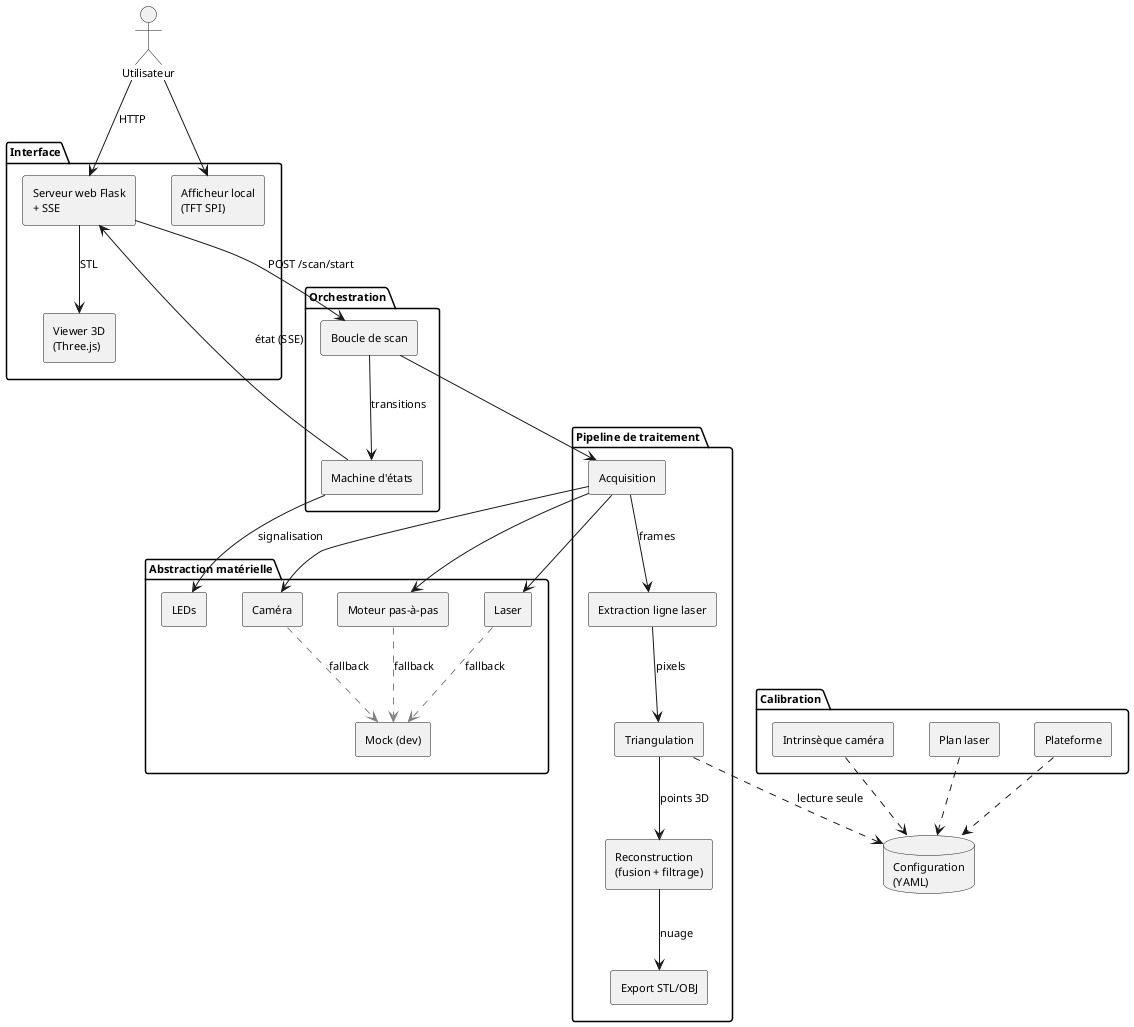
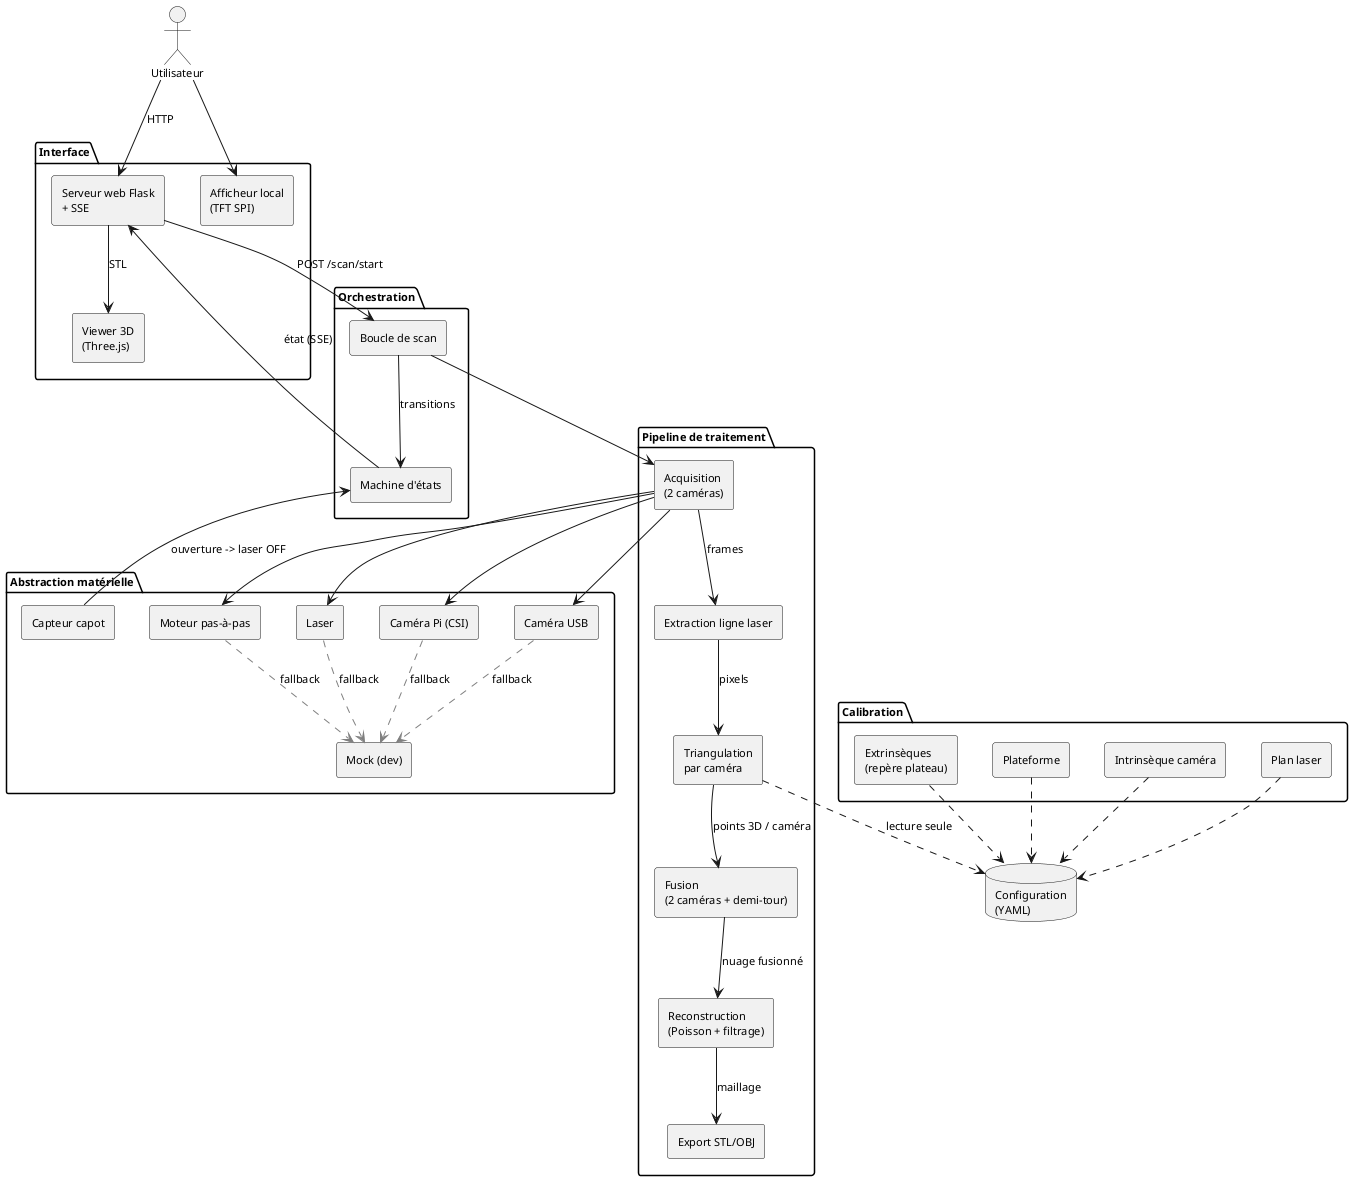
@startuml architecture_composants
' Diagramme de composants — architecture logicielle du Scanner 3D
' Rendu : plantuml -tpdf architecture_composants.puml

skinparam componentStyle rectangle
skinparam shadowing false
skinparam defaultFontName Latin Modern Roman
skinparam defaultFontSize 11


actor "Utilisateur" as user

package "Interface" {
  [Serveur web Flask\n+ SSE] as web
  [Viewer 3D\n(Three.js)] as viewer
  [Afficheur local\n(TFT SPI)] as display
}

package "Orchestration" {
  [Machine d'états] as fsm
  [Boucle de scan] as scan
}

package "Pipeline de traitement" {
-   [Acquisition] as acq
+   [Acquisition\n(2 caméras)] as acq
  [Extraction ligne laser] as line
-   [Triangulation] as tri
-   [Reconstruction\n(fusion + filtrage)] as recon
+   [Triangulation\npar caméra] as tri
+   [Fusion\n(2 caméras + demi-tour)] as fuse
+   [Reconstruction\n(Poisson + filtrage)] as recon
  [Export STL/OBJ] as export
}

package "Calibration" {
  [Intrinsèque caméra] as calib_cam
  [Plan laser] as calib_laser
+   [Extrinsèques\n(repère plateau)] as calib_ext
  [Plateforme] as calib_plat
}

package "Abstraction matérielle" {
-   [Caméra] as hw_cam
+   [Caméra Pi (CSI)] as hw_cam
+   [Caméra USB] as hw_usb
  [Moteur pas-à-pas] as hw_motor
  [Laser] as hw_laser
-   [LEDs] as hw_led
+   [Capteur capot] as hw_door
  [Mock (dev)] as hw_mock
}

database "Configuration\n(YAML)" as cfg

user --> web : HTTP
user --> display
web --> viewer : STL
web --> scan : POST /scan/start
web <-- fsm : état (SSE)
scan --> fsm : transitions
scan --> acq
acq --> hw_motor
acq --> hw_laser
acq --> hw_cam
+ acq --> hw_usb
acq --> line : frames
line --> tri : pixels
- tri --> recon : points 3D
- recon --> export : nuage
- fsm --> hw_led : signalisation
+ tri --> fuse : points 3D / caméra
+ fuse --> recon : nuage fusionné
+ recon --> export : maillage
+ hw_door --> fsm : ouverture -> laser OFF
calib_cam ..> cfg
calib_laser ..> cfg
+ calib_ext ..> cfg
calib_plat ..> cfg
tri ..> cfg : lecture seule
hw_cam .[#gray].> hw_mock : fallback
+ hw_usb .[#gray].> hw_mock : fallback
hw_motor .[#gray].> hw_mock : fallback
hw_laser .[#gray].> hw_mock : fallback

@enduml
